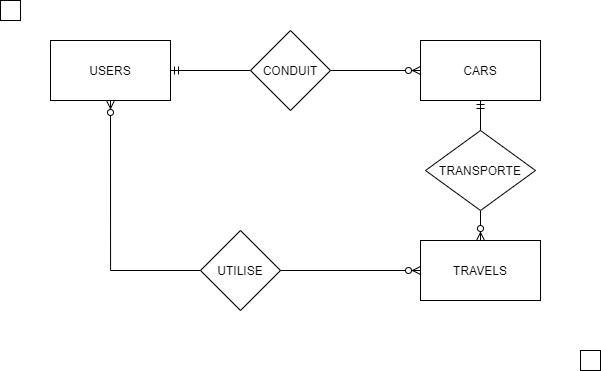
Above: Visuel/MCD initial 2021-02-08.png in Jerome-JJT/CPNVoiturage (draw.io), before the change. Source tidied: cells renumbered, new cells last; positions are measured from the earlier drawing's top-left corner, leaving out a move shared by most shapes. Its diagram source:
```xml
<mxGraphModel>
  <root>
    <mxCell id="0" />
    <mxCell id="1" parent="0" />
    <mxCell id="2" style="edgeStyle=orthogonalEdgeStyle;rounded=0;jettySize=auto;html=1;exitX=0.5;exitY=1;exitDx=0;exitDy=0;entryX=0;entryY=0.5;entryDx=0;entryDy=0;endArrow=none;endFill=0;startArrow=ERzeroToMany;startFill=1;" parent="1" edge="1" source="3" target="6">
      <mxGeometry relative="1" as="geometry" />
    </mxCell>
    <mxCell id="3" value="USERS" style="rounded=0;whiteSpace=wrap;html=1;" parent="1" vertex="1">
      <mxGeometry x="50" y="40" width="120" height="60" as="geometry" />
    </mxCell>
    <mxCell id="4" value="CARS" style="rounded=0;whiteSpace=wrap;html=1;" parent="1" vertex="1">
      <mxGeometry x="420" y="40" width="120" height="60" as="geometry" />
    </mxCell>
    <mxCell id="5" value="CONDUIT" style="rhombus;whiteSpace=wrap;html=1;" parent="1" vertex="1">
      <mxGeometry x="250" y="30" width="80" height="80" as="geometry" />
    </mxCell>
    <mxCell id="6" value="UTILISE" style="rhombus;whiteSpace=wrap;html=1;" parent="1" vertex="1">
      <mxGeometry x="200" y="230" width="80" height="80" as="geometry" />
    </mxCell>
    <mxCell id="7" style="endArrow=ERzeroToMany;html=1;entryX=0;entryY=0.5;entryDx=0;entryDy=0;endFill=1;exitX=1;exitY=0.5;exitDx=0;exitDy=0;" parent="1" edge="1" source="5" target="4">
      <mxGeometry relative="1" as="geometry" />
    </mxCell>
    <mxCell id="8" style="endArrow=ERmandOne;html=1;entryX=1;entryY=0.5;entryDx=0;entryDy=0;endFill=0;exitX=0;exitY=0.5;exitDx=0;exitDy=0;" parent="1" edge="1" source="5" target="3">
      <mxGeometry relative="1" as="geometry" />
    </mxCell>
    <mxCell id="9" style="edgeStyle=orthogonalEdgeStyle;rounded=0;jettySize=auto;html=1;exitX=0;exitY=0.5;exitDx=0;exitDy=0;entryX=1;entryY=0.5;entryDx=0;entryDy=0;endArrow=none;endFill=0;startArrow=ERzeroToMany;startFill=1;" parent="1" edge="1" source="10" target="6">
      <mxGeometry relative="1" as="geometry" />
    </mxCell>
    <mxCell id="10" value="TRAVELS" style="rounded=0;whiteSpace=wrap;html=1;" parent="1" vertex="1">
      <mxGeometry x="420" y="240" width="120" height="60" as="geometry" />
    </mxCell>
    <mxCell id="11" style="edgeStyle=orthogonalEdgeStyle;rounded=0;jettySize=auto;html=1;exitX=0.5;exitY=0;exitDx=0;exitDy=0;entryX=0.5;entryY=1;entryDx=0;entryDy=0;endArrow=ERmandOne;endFill=0;" parent="1" edge="1" source="13" target="4">
      <mxGeometry relative="1" as="geometry" />
    </mxCell>
    <mxCell id="12" style="edgeStyle=orthogonalEdgeStyle;rounded=0;jettySize=auto;html=1;exitX=0.5;exitY=1;exitDx=0;exitDy=0;entryX=0.5;entryY=0;entryDx=0;entryDy=0;endArrow=ERzeroToMany;endFill=1;" parent="1" edge="1" source="13" target="10">
      <mxGeometry relative="1" as="geometry" />
    </mxCell>
    <mxCell id="13" value="TRANSPORTE" style="rhombus;whiteSpace=wrap;html=1;" parent="1" vertex="1">
      <mxGeometry x="425" y="130" width="110" height="80" as="geometry" />
    </mxCell>
    <mxCell id="14" style="rounded=0;whiteSpace=wrap;html=1;" parent="1" vertex="1">
      <mxGeometry x="580" y="350" width="20" height="20" as="geometry" />
    </mxCell>
    <mxCell id="15" style="rounded=0;whiteSpace=wrap;html=1;" parent="1" vertex="1">
      <mxGeometry width="20" height="20" as="geometry" />
    </mxCell>
  </root>
</mxGraphModel>
```
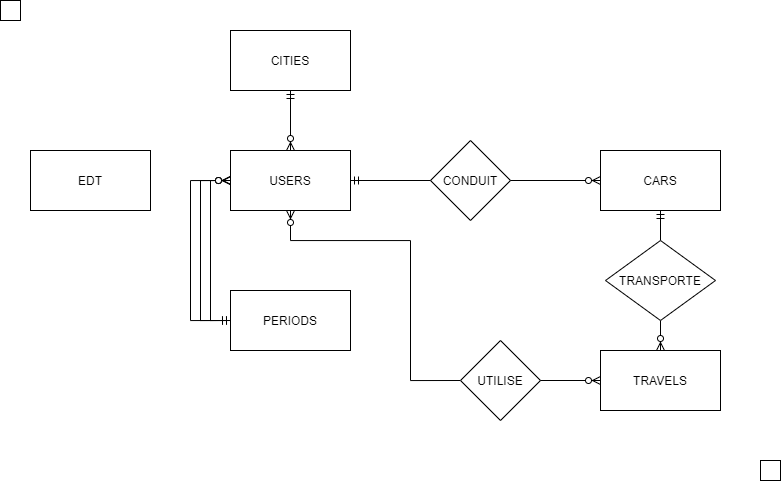
Later version of the same file.

Commit message:
Ajout des villes, des périodes et de EDT

Diff of the diagram source:
```diff
@@ -2,47 +2,84 @@
   <root>
     <mxCell id="0" />
     <mxCell id="1" parent="0" />
-    <mxCell id="2" style="edgeStyle=orthogonalEdgeStyle;rounded=0;jettySize=auto;html=1;exitX=0.5;exitY=1;exitDx=0;exitDy=0;entryX=0;entryY=0.5;entryDx=0;entryDy=0;endArrow=none;endFill=0;startArrow=ERzeroToMany;startFill=1;" parent="1" edge="1" source="3" target="6">
-      <mxGeometry relative="1" as="geometry" />
+    <mxCell id="2" style="edgeStyle=orthogonalEdgeStyle;rounded=0;jettySize=auto;html=1;exitX=0.5;exitY=1;exitDx=0;exitDy=0;entryX=0;entryY=0.5;entryDx=0;entryDy=0;endArrow=none;endFill=0;startArrow=ERzeroToMany;startFill=1;" parent="1" edge="1" source="4" target="7">
+      <mxGeometry relative="1" as="geometry">
+        <Array as="points">
+          <mxPoint x="240" y="140" />
+          <mxPoint x="360" y="140" />
+          <mxPoint x="360" y="280" />
+        </Array>
+      </mxGeometry>
     </mxCell>
-    <mxCell id="3" value="USERS" style="rounded=0;whiteSpace=wrap;html=1;" parent="1" vertex="1">
-      <mxGeometry x="50" y="40" width="120" height="60" as="geometry" />
+    <mxCell id="3" style="edgeStyle=orthogonalEdgeStyle;rounded=0;jettySize=auto;html=1;exitX=0.5;exitY=0;exitDx=0;exitDy=0;entryX=0.5;entryY=1;entryDx=0;entryDy=0;startArrow=ERzeroToMany;startFill=1;endArrow=ERmandOne;endFill=0;" parent="1" edge="1" source="4" target="17">
+      <mxGeometry relative="1" as="geometry" />
     </mxCell>
-    <mxCell id="4" value="CARS" style="rounded=0;whiteSpace=wrap;html=1;" parent="1" vertex="1">
-      <mxGeometry x="420" y="40" width="120" height="60" as="geometry" />
+    <mxCell id="4" value="USERS" style="rounded=0;whiteSpace=wrap;html=1;" parent="1" vertex="1">
+      <mxGeometry x="180" y="50" width="120" height="60" as="geometry" />
     </mxCell>
-    <mxCell id="5" value="CONDUIT" style="rhombus;whiteSpace=wrap;html=1;" parent="1" vertex="1">
-      <mxGeometry x="250" y="30" width="80" height="80" as="geometry" />
+    <mxCell id="5" value="CARS" style="rounded=0;whiteSpace=wrap;html=1;" parent="1" vertex="1">
+      <mxGeometry x="550" y="50" width="120" height="60" as="geometry" />
     </mxCell>
-    <mxCell id="6" value="UTILISE" style="rhombus;whiteSpace=wrap;html=1;" parent="1" vertex="1">
-      <mxGeometry x="200" y="230" width="80" height="80" as="geometry" />
+    <mxCell id="6" value="CONDUIT" style="rhombus;whiteSpace=wrap;html=1;" parent="1" vertex="1">
+      <mxGeometry x="380" y="40" width="80" height="80" as="geometry" />
     </mxCell>
-    <mxCell id="7" style="endArrow=ERzeroToMany;html=1;entryX=0;entryY=0.5;entryDx=0;entryDy=0;endFill=1;exitX=1;exitY=0.5;exitDx=0;exitDy=0;" parent="1" edge="1" source="5" target="4">
-      <mxGeometry relative="1" as="geometry" />
+    <mxCell id="7" value="UTILISE" style="rhombus;whiteSpace=wrap;html=1;" parent="1" vertex="1">
+      <mxGeometry x="410" y="240" width="80" height="80" as="geometry" />
     </mxCell>
-    <mxCell id="8" style="endArrow=ERmandOne;html=1;entryX=1;entryY=0.5;entryDx=0;entryDy=0;endFill=0;exitX=0;exitY=0.5;exitDx=0;exitDy=0;" parent="1" edge="1" source="5" target="3">
+    <mxCell id="8" style="endArrow=ERzeroToMany;html=1;entryX=0;entryY=0.5;entryDx=0;entryDy=0;endFill=1;exitX=1;exitY=0.5;exitDx=0;exitDy=0;" parent="1" edge="1" source="6" target="5">
       <mxGeometry relative="1" as="geometry" />
     </mxCell>
-    <mxCell id="9" style="edgeStyle=orthogonalEdgeStyle;rounded=0;jettySize=auto;html=1;exitX=0;exitY=0.5;exitDx=0;exitDy=0;entryX=1;entryY=0.5;entryDx=0;entryDy=0;endArrow=none;endFill=0;startArrow=ERzeroToMany;startFill=1;" parent="1" edge="1" source="10" target="6">
+    <mxCell id="9" style="endArrow=ERmandOne;html=1;entryX=1;entryY=0.5;entryDx=0;entryDy=0;endFill=0;exitX=0;exitY=0.5;exitDx=0;exitDy=0;" parent="1" edge="1" source="6" target="4">
       <mxGeometry relative="1" as="geometry" />
     </mxCell>
-    <mxCell id="10" value="TRAVELS" style="rounded=0;whiteSpace=wrap;html=1;" parent="1" vertex="1">
-      <mxGeometry x="420" y="240" width="120" height="60" as="geometry" />
+    <mxCell id="10" style="edgeStyle=orthogonalEdgeStyle;rounded=0;jettySize=auto;html=1;exitX=0;exitY=0.5;exitDx=0;exitDy=0;entryX=1;entryY=0.5;entryDx=0;entryDy=0;endArrow=none;endFill=0;startArrow=ERzeroToMany;startFill=1;" parent="1" edge="1" source="11" target="7">
+      <mxGeometry relative="1" as="geometry" />
     </mxCell>
-    <mxCell id="11" style="edgeStyle=orthogonalEdgeStyle;rounded=0;jettySize=auto;html=1;exitX=0.5;exitY=0;exitDx=0;exitDy=0;entryX=0.5;entryY=1;entryDx=0;entryDy=0;endArrow=ERmandOne;endFill=0;" parent="1" edge="1" source="13" target="4">
-      <mxGeometry relative="1" as="geometry" />
+    <mxCell id="11" value="TRAVELS" style="rounded=0;whiteSpace=wrap;html=1;" parent="1" vertex="1">
+      <mxGeometry x="550" y="250" width="120" height="60" as="geometry" />
     </mxCell>
-    <mxCell id="12" style="edgeStyle=orthogonalEdgeStyle;rounded=0;jettySize=auto;html=1;exitX=0.5;exitY=1;exitDx=0;exitDy=0;entryX=0.5;entryY=0;entryDx=0;entryDy=0;endArrow=ERzeroToMany;endFill=1;" parent="1" edge="1" source="13" target="10">
+    <mxCell id="12" style="edgeStyle=orthogonalEdgeStyle;rounded=0;jettySize=auto;html=1;exitX=0.5;exitY=0;exitDx=0;exitDy=0;entryX=0.5;entryY=1;entryDx=0;entryDy=0;endArrow=ERmandOne;endFill=0;" parent="1" edge="1" source="14" target="5">
       <mxGeometry relative="1" as="geometry" />
     </mxCell>
-    <mxCell id="13" value="TRANSPORTE" style="rhombus;whiteSpace=wrap;html=1;" parent="1" vertex="1">
-      <mxGeometry x="425" y="130" width="110" height="80" as="geometry" />
+    <mxCell id="13" style="edgeStyle=orthogonalEdgeStyle;rounded=0;jettySize=auto;html=1;exitX=0.5;exitY=1;exitDx=0;exitDy=0;entryX=0.5;entryY=0;entryDx=0;entryDy=0;endArrow=ERzeroToMany;endFill=1;" parent="1" edge="1" source="14" target="11">
+      <mxGeometry relative="1" as="geometry" />
     </mxCell>
-    <mxCell id="14" style="rounded=0;whiteSpace=wrap;html=1;" parent="1" vertex="1">
-      <mxGeometry x="580" y="350" width="20" height="20" as="geometry" />
+    <mxCell id="14" value="TRANSPORTE" style="rhombus;whiteSpace=wrap;html=1;" parent="1" vertex="1">
+      <mxGeometry x="555" y="140" width="110" height="80" as="geometry" />
     </mxCell>
     <mxCell id="15" style="rounded=0;whiteSpace=wrap;html=1;" parent="1" vertex="1">
-      <mxGeometry width="20" height="20" as="geometry" />
+      <mxGeometry x="710" y="360" width="20" height="20" as="geometry" />
     </mxCell>
+    <mxCell id="16" style="rounded=0;whiteSpace=wrap;html=1;" parent="1" vertex="1">
+      <mxGeometry x="-50" y="-100" width="20" height="20" as="geometry" />
+    </mxCell>
+    <mxCell id="17" value="CITIES" style="rounded=0;whiteSpace=wrap;html=1;" parent="1" vertex="1">
+      <mxGeometry x="180" y="-70" width="120" height="60" as="geometry" />
+    </mxCell>
+    <mxCell id="18" style="edgeStyle=orthogonalEdgeStyle;rounded=0;jettySize=auto;html=1;exitX=0;exitY=0.5;exitDx=0;exitDy=0;entryX=0;entryY=0.5;entryDx=0;entryDy=0;startArrow=ERmandOne;startFill=0;endArrow=ERzeroToMany;endFill=1;" parent="1" edge="1" source="19" target="4">
+      <mxGeometry relative="1" as="geometry" />
+    </mxCell>
+    <mxCell id="19" value="PERIODS" style="rounded=0;whiteSpace=wrap;html=1;" parent="1" vertex="1">
+      <mxGeometry x="180" y="190" width="120" height="60" as="geometry" />
+    </mxCell>
+    <mxCell id="20" style="edgeStyle=orthogonalEdgeStyle;rounded=0;jettySize=auto;html=1;exitX=0;exitY=0.5;exitDx=0;exitDy=0;entryX=0;entryY=0.5;entryDx=0;entryDy=0;startArrow=ERmandOne;startFill=0;endArrow=ERzeroToMany;endFill=1;" parent="1" edge="1" source="19" target="4">
+      <mxGeometry relative="1" as="geometry">
+        <Array as="points">
+          <mxPoint x="150" y="220" />
+          <mxPoint x="150" y="80" />
+        </Array>
+      </mxGeometry>
+    </mxCell>
+    <mxCell id="21" style="edgeStyle=orthogonalEdgeStyle;rounded=0;jettySize=auto;html=1;exitX=0;exitY=0.5;exitDx=0;exitDy=0;entryX=0;entryY=0.5;entryDx=0;entryDy=0;startArrow=ERmandOne;startFill=0;endArrow=ERzeroToMany;endFill=1;" parent="1" edge="1" source="19" target="4">
+      <mxGeometry relative="1" as="geometry">
+        <Array as="points">
+          <mxPoint x="140" y="220" />
+          <mxPoint x="140" y="80" />
+        </Array>
+      </mxGeometry>
+    </mxCell>
+    <mxCell id="22" value="EDT" style="rounded=0;whiteSpace=wrap;html=1;" parent="1" vertex="1">
+      <mxGeometry x="-20" y="50" width="120" height="60" as="geometry" />
+    </mxCell>
   </root>
 </mxGraphModel>
```
